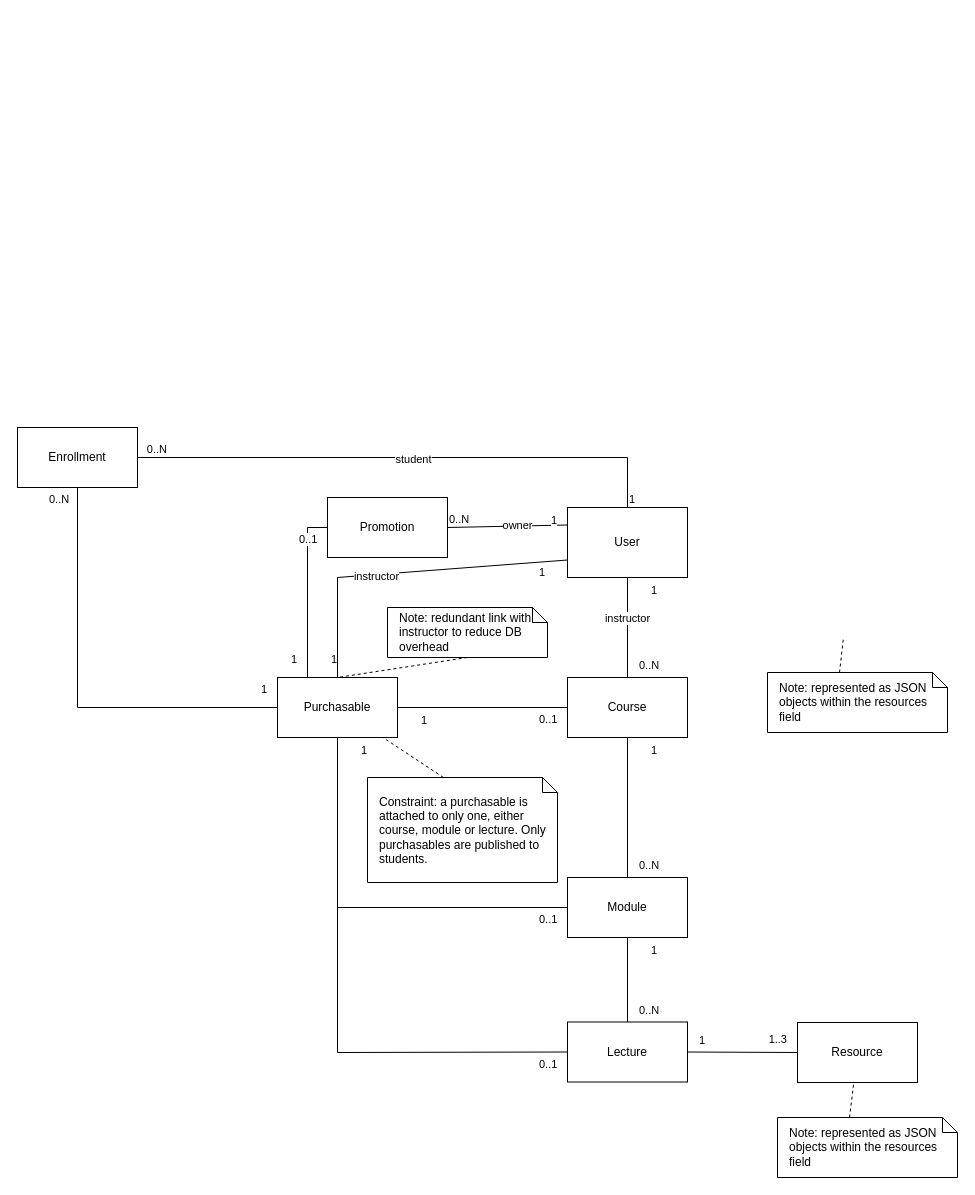
Before: backend/DER.drawio in perlucas/elearning-app, a draw.io diagram. Source tidied: cells renumbered, new cells numbered last; positions are measured from the earlier drawing's top-left corner, leaving out a move shared by most shapes. Both pictures are drawn from the tidied source at 100%, with x=0, y=0 at pixel (17, 427).
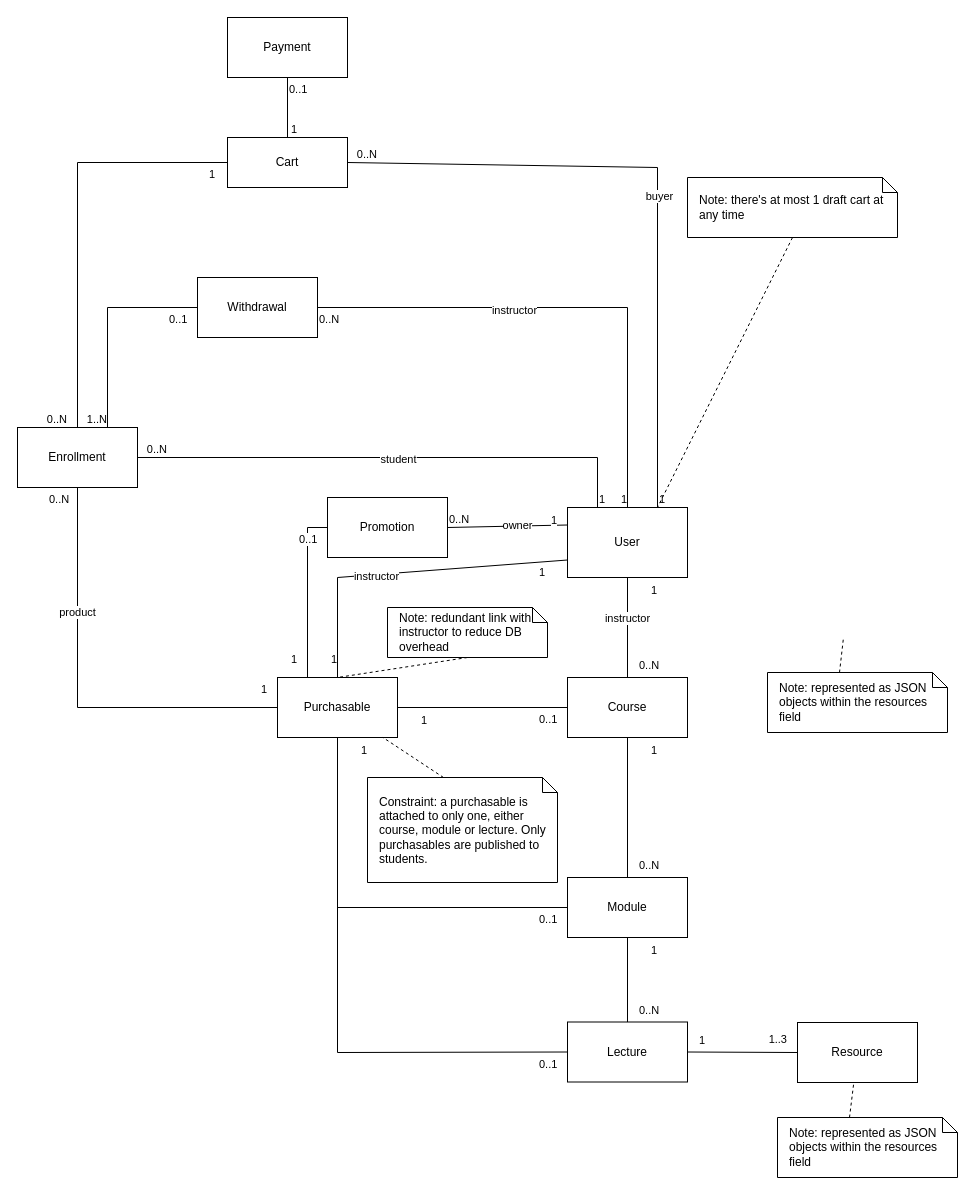
Above is the later version.

The change refers to these unchanged cells:
```xml
<mxCell id="2" value="User" style="rounded=0;whiteSpace=wrap;html=1;" parent="1" vertex="1">
  <mxGeometry x="550" y="80" width="120" height="70" as="geometry" />
</mxCell>
<mxCell id="50" value="Enrollment" style="rounded=0;whiteSpace=wrap;html=1;" parent="1" vertex="1">
  <mxGeometry width="120" height="60" as="geometry" />
</mxCell>
<mxCell id="55" style="endArrow=none;html=1;rounded=0;exitX=0.5;exitY=1;exitDx=0;exitDy=0;entryX=0;entryY=0.5;entryDx=0;entryDy=0;startFill=0;" parent="1" edge="1" source="50" target="22">
  <mxGeometry relative="1" as="geometry">
    <Array as="points">
      <mxPoint x="60" y="280" />
    </Array>
  </mxGeometry>
</mxCell>
```

What changed in the source:
```diff
@@
-    <mxCell id="51" style="endArrow=none;html=1;rounded=0;exitX=0.5;exitY=0;exitDx=0;exitDy=0;entryX=1;entryY=0.5;entryDx=0;entryDy=0;startFill=0;" parent="1" edge="1" source="2" target="50">
+    <mxCell id="51" style="endArrow=none;html=1;rounded=0;exitX=0.25;exitY=0;exitDx=0;exitDy=0;entryX=1;entryY=0.5;entryDx=0;entryDy=0;startFill=0;" parent="1" edge="1" source="2" target="50">
       <mxGeometry relative="1" as="geometry">
         <Array as="points">
-          <mxPoint x="610" y="30" />
+          <mxPoint x="580" y="30" />
         </Array>
       </mxGeometry>
     </mxCell>
@@
+    <mxCell id="58" value="product" style="edgeLabel;html=1;align=center;verticalAlign=middle;" parent="55" vertex="1">
+      <mxGeometry x="-0.41" y="-1" relative="1" as="geometry" />
+    </mxCell>
+    <mxCell id="59" value="Cart" style="rounded=0;whiteSpace=wrap;html=1;" parent="1" vertex="1">
+      <mxGeometry x="210" y="-290" width="120" height="50" as="geometry" />
+    </mxCell>
+    <mxCell id="60" value="Payment" style="rounded=0;whiteSpace=wrap;html=1;" parent="1" vertex="1">
+      <mxGeometry x="210" y="-410" width="120" height="60" as="geometry" />
+    </mxCell>
+    <mxCell id="61" style="endArrow=none;html=1;rounded=0;exitX=0.5;exitY=1;exitDx=0;exitDy=0;entryX=0.5;entryY=0;entryDx=0;entryDy=0;startFill=0;" parent="1" edge="1" source="60" target="59">
+      <mxGeometry relative="1" as="geometry" />
+    </mxCell>
+    <mxCell id="62" value="0..1" style="edgeLabel;html=1;align=left;verticalAlign=bottom;" parent="61" vertex="1">
+      <mxGeometry x="-1" relative="1" as="geometry">
+        <mxPoint y="20" as="offset" />
+      </mxGeometry>
+    </mxCell>
+    <mxCell id="63" value="1" style="edgeLabel;html=1;align=right;verticalAlign=bottom;" parent="61" vertex="1">
+      <mxGeometry x="1" relative="1" as="geometry">
+        <mxPoint x="10" as="offset" />
+      </mxGeometry>
+    </mxCell>
+    <mxCell id="64" style="endArrow=none;html=1;rounded=0;exitX=0.75;exitY=0;exitDx=0;exitDy=0;entryX=1;entryY=0.5;entryDx=0;entryDy=0;startFill=0;" parent="1" edge="1" source="2" target="59">
+      <mxGeometry relative="1" as="geometry">
+        <Array as="points">
+          <mxPoint x="640" y="-260" />
+        </Array>
+      </mxGeometry>
+    </mxCell>
+    <mxCell id="65" value="1" style="edgeLabel;html=1;align=left;verticalAlign=bottom;" parent="64" vertex="1">
+      <mxGeometry x="-1" relative="1" as="geometry" />
+    </mxCell>
+    <mxCell id="66" value="0..N" style="edgeLabel;html=1;align=right;verticalAlign=bottom;" parent="64" vertex="1">
+      <mxGeometry x="1" relative="1" as="geometry">
+        <mxPoint x="30" as="offset" />
+      </mxGeometry>
+    </mxCell>
+    <mxCell id="67" value="buyer" style="edgeLabel;html=1;align=center;verticalAlign=middle;" parent="64" vertex="1">
+      <mxGeometry x="-0.04" y="-1" relative="1" as="geometry" />
+    </mxCell>
+    <mxCell id="68" value="Note: there's at most 1 draft cart at any time" style="shape=note;size=15;align=left;spacingLeft=10;html=1;whiteSpace=wrap;" parent="1" vertex="1">
+      <mxGeometry x="670" y="-250" width="210" height="60" as="geometry" />
+    </mxCell>
+    <mxCell id="69" style="edgeStyle=none;endArrow=none;exitX=0.5;exitY=1;dashed=1;html=1;rounded=0;exitDx=0;exitDy=0;exitPerimeter=0;entryX=0.75;entryY=0;entryDx=0;entryDy=0;" parent="1" edge="1" source="68" target="2">
+      <mxGeometry x="1" relative="1" as="geometry" />
+    </mxCell>
+    <mxCell id="70" style="endArrow=none;html=1;rounded=0;entryX=0.5;entryY=0;entryDx=0;entryDy=0;startFill=0;exitX=0;exitY=0.5;exitDx=0;exitDy=0;" parent="1" edge="1" source="59" target="50">
+      <mxGeometry relative="1" as="geometry">
+        <Array as="points">
+          <mxPoint x="60" y="-265" />
+        </Array>
+      </mxGeometry>
+    </mxCell>
+    <mxCell id="71" value="1" style="edgeLabel;html=1;align=left;verticalAlign=bottom;" parent="70" vertex="1">
+      <mxGeometry x="-1" relative="1" as="geometry">
+        <mxPoint x="-20" y="20" as="offset" />
+      </mxGeometry>
+    </mxCell>
+    <mxCell id="72" value="0..N" style="edgeLabel;html=1;align=right;verticalAlign=bottom;" parent="70" vertex="1">
+      <mxGeometry x="1" relative="1" as="geometry">
+        <mxPoint x="-10" as="offset" />
+      </mxGeometry>
+    </mxCell>
+    <mxCell id="73" value="Withdrawal" style="rounded=0;whiteSpace=wrap;html=1;" parent="1" vertex="1">
+      <mxGeometry x="180" y="-150" width="120" height="60" as="geometry" />
+    </mxCell>
+    <mxCell id="74" style="endArrow=none;html=1;rounded=0;exitX=0;exitY=0.5;exitDx=0;exitDy=0;entryX=0.75;entryY=0;entryDx=0;entryDy=0;startFill=0;" parent="1" edge="1" source="73" target="50">
+      <mxGeometry relative="1" as="geometry">
+        <Array as="points">
+          <mxPoint x="90" y="-120" />
+        </Array>
+      </mxGeometry>
+    </mxCell>
+    <mxCell id="75" value="0..1" style="edgeLabel;html=1;align=left;verticalAlign=bottom;" parent="74" vertex="1">
+      <mxGeometry x="-1" relative="1" as="geometry">
+        <mxPoint x="-30" y="20" as="offset" />
+      </mxGeometry>
+    </mxCell>
+    <mxCell id="76" value="1..N" style="edgeLabel;html=1;align=right;verticalAlign=bottom;" parent="74" vertex="1">
+      <mxGeometry x="1" relative="1" as="geometry" />
+    </mxCell>
+    <mxCell id="77" style="endArrow=none;html=1;rounded=0;exitX=1;exitY=0.5;exitDx=0;exitDy=0;entryX=0.5;entryY=0;entryDx=0;entryDy=0;startFill=0;" parent="1" edge="1" source="73" target="2">
+      <mxGeometry relative="1" as="geometry">
+        <Array as="points">
+          <mxPoint x="610" y="-120" />
+        </Array>
+      </mxGeometry>
+    </mxCell>
+    <mxCell id="78" value="0..N" style="edgeLabel;html=1;align=left;verticalAlign=bottom;" parent="77" vertex="1">
+      <mxGeometry x="-1" relative="1" as="geometry">
+        <mxPoint y="20" as="offset" />
+      </mxGeometry>
+    </mxCell>
+    <mxCell id="79" value="1" style="edgeLabel;html=1;align=right;verticalAlign=bottom;" parent="77" vertex="1">
+      <mxGeometry x="1" relative="1" as="geometry" />
+    </mxCell>
+    <mxCell id="80" value="instructor" style="edgeLabel;html=1;align=center;verticalAlign=middle;" parent="77" vertex="1">
+      <mxGeometry x="-0.23" y="-1" relative="1" as="geometry">
+        <mxPoint y="1" as="offset" />
+      </mxGeometry>
+    </mxCell>
```
